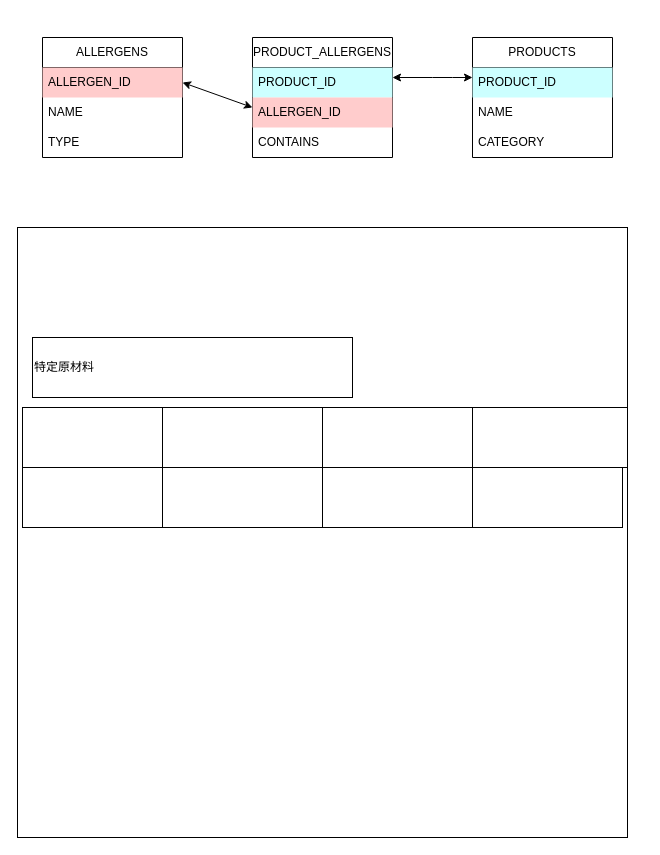
This is drawio/ER図.drawio from MKcoder1002/kensakuapuri, a draw.io file, before an edit. Source tidied: cells renumbered, new cells numbered last; positions are measured from the earlier drawing's top-left corner, leaving out a move shared by most shapes. Both pictures are drawn from the tidied source at 100%, with x=0, y=0 at pixel (17, 37).
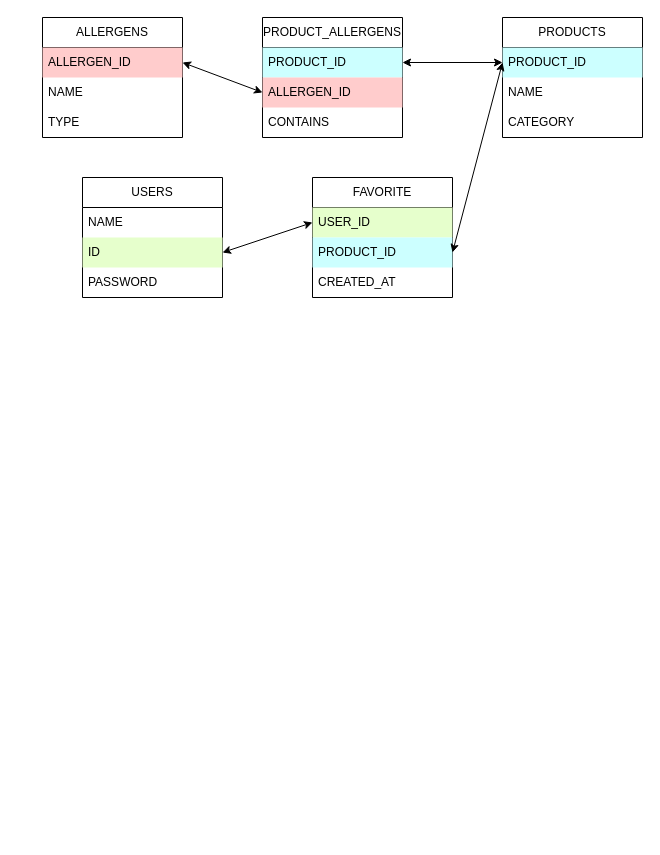
After the change.

Unchanged cells that the change refers to:
```xml
<mxCell id="3" value="PRODUCT_ID" style="text;strokeColor=none;fillColor=#CCFFFF;align=left;verticalAlign=middle;spacingLeft=4;spacingRight=4;overflow=hidden;points=[[0,0.5],[1,0.5]];portConstraint=eastwest;whiteSpace=wrap;html=1;" parent="2" vertex="1">
  <mxGeometry y="30" width="140" height="30" as="geometry" />
</mxCell>
<mxCell id="7" value="ALLERGEN_ID" style="text;strokeColor=none;fillColor=#FFCCCC;align=left;verticalAlign=middle;spacingLeft=4;spacingRight=4;overflow=hidden;points=[[0,0.5],[1,0.5]];portConstraint=eastwest;whiteSpace=wrap;html=1;" parent="6" vertex="1">
  <mxGeometry y="30" width="140" height="30" as="geometry" />
</mxCell>
<mxCell id="11" value="&lt;span style=&quot;color: rgb(0, 0, 0);&quot;&gt;PRODUCT_ID&lt;/span&gt;" style="text;strokeColor=none;fillColor=#CCFFFF;align=left;verticalAlign=middle;spacingLeft=4;spacingRight=4;overflow=hidden;points=[[0,0.5],[1,0.5]];portConstraint=eastwest;whiteSpace=wrap;html=1;" parent="10" vertex="1">
  <mxGeometry y="30" width="140" height="30" as="geometry" />
</mxCell>
<mxCell id="12" value="&lt;span style=&quot;color: rgb(0, 0, 0);&quot;&gt;ALLERGEN_ID&lt;/span&gt;" style="text;strokeColor=none;fillColor=#FFCCCC;align=left;verticalAlign=middle;spacingLeft=4;spacingRight=4;overflow=hidden;points=[[0,0.5],[1,0.5]];portConstraint=eastwest;whiteSpace=wrap;html=1;" parent="10" vertex="1">
  <mxGeometry y="60" width="140" height="30" as="geometry" />
</mxCell>
```

Diff of the diagram source:
```diff
@@
     <mxCell id="2" value="PRODUCTS" style="swimlane;fontStyle=0;horizontal=1;startSize=30;whiteSpace=wrap;html=1;" parent="1" vertex="1">
-      <mxGeometry x="455" width="140" height="120" as="geometry" />
+      <mxGeometry x="485" y="-20" width="140" height="120" as="geometry" />
     </mxCell>
@@
     <mxCell id="6" value="ALLERGENS" style="swimlane;fontStyle=0;horizontal=1;startSize=30;whiteSpace=wrap;html=1;" parent="1" vertex="1">
-      <mxGeometry x="25" width="140" height="120" as="geometry" />
+      <mxGeometry x="25" y="-20" width="140" height="120" as="geometry" />
     </mxCell>
@@
     <mxCell id="10" value="PRODUCT_ALLERGENS" style="swimlane;fontStyle=0;horizontal=1;startSize=30;whiteSpace=wrap;html=1;" parent="1" vertex="1">
-      <mxGeometry x="235" width="140" height="120" as="geometry" />
+      <mxGeometry x="245" y="-20" width="140" height="120" as="geometry" />
     </mxCell>
@@
-    <mxCell id="14" style="endArrow=classic;startArrow=classic;html=1;" parent="1" edge="1">
-      <mxGeometry relative="1" as="geometry">
-        <mxPoint x="375" y="40" as="sourcePoint" />
-        <mxPoint x="455" y="40" as="targetPoint" />
-        <Array as="points">
-          <mxPoint x="425" y="40" />
-        </Array>
-      </mxGeometry>
-    </mxCell>
-    <mxCell id="15" style="endArrow=classic;startArrow=classic;html=1;exitX=1;exitY=0.5;exitDx=0;exitDy=0;" parent="1" edge="1" source="7">
-      <mxGeometry relative="1" as="geometry">
-        <mxPoint x="235" y="70" as="targetPoint" />
-      </mxGeometry>
-    </mxCell>
-    <mxCell id="16" style="whiteSpace=wrap;html=1;" parent="1" vertex="1">
-      <mxGeometry y="190" width="610" height="610" as="geometry" />
-    </mxCell>
-    <mxCell id="17" style="rounded=0;whiteSpace=wrap;html=1;" parent="1" vertex="1">
-      <mxGeometry x="5" y="370" width="140" height="60" as="geometry" />
-    </mxCell>
-    <mxCell id="18" style="rounded=0;whiteSpace=wrap;html=1;" parent="1" vertex="1">
-      <mxGeometry x="145" y="370" width="160" height="60" as="geometry" />
-    </mxCell>
-    <mxCell id="19" style="rounded=0;whiteSpace=wrap;html=1;" parent="1" vertex="1">
-      <mxGeometry x="305" y="370" width="150" height="60" as="geometry" />
-    </mxCell>
-    <mxCell id="20" style="rounded=0;whiteSpace=wrap;html=1;" parent="1" vertex="1">
-      <mxGeometry x="455" y="370" width="155" height="60" as="geometry" />
-    </mxCell>
-    <mxCell id="21" style="rounded=0;whiteSpace=wrap;html=1;" parent="1" vertex="1">
-      <mxGeometry x="5" y="430" width="140" height="60" as="geometry" />
-    </mxCell>
-    <mxCell id="22" style="rounded=0;whiteSpace=wrap;html=1;" parent="1" vertex="1">
-      <mxGeometry x="145" y="430" width="160" height="60" as="geometry" />
-    </mxCell>
-    <mxCell id="23" style="rounded=0;whiteSpace=wrap;html=1;" parent="1" vertex="1">
-      <mxGeometry x="305" y="430" width="150" height="60" as="geometry" />
-    </mxCell>
-    <mxCell id="24" style="rounded=0;whiteSpace=wrap;html=1;" parent="1" vertex="1">
-      <mxGeometry x="455" y="430" width="150" height="60" as="geometry" />
-    </mxCell>
-    <mxCell id="25" value="特定原材料" style="rounded=0;whiteSpace=wrap;html=1;align=left;" parent="1" vertex="1">
-      <mxGeometry x="15" y="300" width="320" height="60" as="geometry" />
+    <mxCell id="25" value="USERS" style="swimlane;fontStyle=0;horizontal=1;startSize=30;whiteSpace=wrap;html=1;" parent="1" vertex="1">
+      <mxGeometry x="65" y="140" width="140" height="120" as="geometry" />
     </mxCell>
+    <mxCell id="26" value="NAME" style="text;strokeColor=none;fillColor=none;align=left;verticalAlign=middle;spacingLeft=4;spacingRight=4;overflow=hidden;whiteSpace=wrap;html=1;" parent="25" vertex="1">
+      <mxGeometry y="30" width="140" height="30" as="geometry" />
+    </mxCell>
+    <mxCell id="27" value="ID" style="text;strokeColor=none;fillColor=#E6FFCC;align=left;verticalAlign=middle;spacingLeft=4;spacingRight=4;overflow=hidden;points=[[0,0.5],[1,0.5]];portConstraint=eastwest;whiteSpace=wrap;html=1;" parent="25" vertex="1">
+      <mxGeometry y="60" width="140" height="30" as="geometry" />
+    </mxCell>
+    <mxCell id="28" value="PASSWORD" style="text;strokeColor=none;fillColor=none;align=left;verticalAlign=middle;spacingLeft=4;spacingRight=4;overflow=hidden;whiteSpace=wrap;html=1;" parent="25" vertex="1">
+      <mxGeometry y="90" width="140" height="30" as="geometry" />
+    </mxCell>
+    <mxCell id="29" value="FAVORITE" style="swimlane;fontStyle=0;horizontal=1;startSize=30;whiteSpace=wrap;html=1;" parent="1" vertex="1">
+      <mxGeometry x="295" y="140" width="140" height="120" as="geometry" />
+    </mxCell>
+    <mxCell id="30" value="USER_ID" style="text;strokeColor=none;fillColor=#E6FFCC;align=left;verticalAlign=middle;spacingLeft=4;spacingRight=4;overflow=hidden;points=[[0,0.5],[1,0.5]];portConstraint=eastwest;whiteSpace=wrap;html=1;" parent="29" vertex="1">
+      <mxGeometry y="30" width="140" height="30" as="geometry" />
+    </mxCell>
+    <mxCell id="31" value="PRODUCT_ID" style="text;strokeColor=none;fillColor=#CCFFFF;align=left;verticalAlign=middle;spacingLeft=4;spacingRight=4;overflow=hidden;points=[[0,0.5],[1,0.5]];portConstraint=eastwest;whiteSpace=wrap;html=1;" parent="29" vertex="1">
+      <mxGeometry y="60" width="140" height="30" as="geometry" />
+    </mxCell>
+    <mxCell id="32" value="CREATED_AT" style="text;strokeColor=none;fillColor=none;align=left;verticalAlign=middle;spacingLeft=4;spacingRight=4;overflow=hidden;whiteSpace=wrap;html=1;" parent="29" vertex="1">
+      <mxGeometry y="90" width="140" height="30" as="geometry" />
+    </mxCell>
+    <mxCell id="33" style="endArrow=classic;startArrow=classic;html=1;exitX=1;exitY=0.5;exitDx=0;exitDy=0;entryX=0;entryY=0.5;entryDx=0;entryDy=0;" parent="1" edge="1" source="7" target="12">
+      <mxGeometry relative="1" as="geometry" />
+    </mxCell>
+    <mxCell id="34" style="endArrow=classic;startArrow=classic;html=1;entryX=0;entryY=0.5;entryDx=0;entryDy=0;exitX=1;exitY=0.5;exitDx=0;exitDy=0;" parent="1" edge="1" source="11" target="3">
+      <mxGeometry relative="1" as="geometry" />
+    </mxCell>
+    <mxCell id="35" style="endArrow=classic;startArrow=classic;html=1;exitX=1;exitY=0.5;exitDx=0;exitDy=0;entryX=0;entryY=0.5;entryDx=0;entryDy=0;" parent="1" edge="1" source="31" target="3">
+      <mxGeometry relative="1" as="geometry" />
+    </mxCell>
+    <mxCell id="36" style="endArrow=classic;startArrow=classic;html=1;entryX=0;entryY=0.5;entryDx=0;entryDy=0;exitX=1;exitY=0.5;exitDx=0;exitDy=0;" parent="1" edge="1" source="27" target="30">
+      <mxGeometry relative="1" as="geometry" />
+    </mxCell>
```
